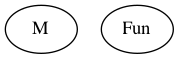
YifanZhou2574765/bigraph keeps this Graphviz diagram as Bigraph.gv.png. Above is the earlier version. Its source is kept beside it as bigraph.gv.
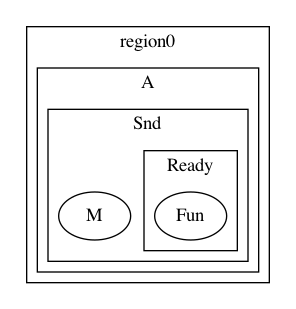
Later version of the same file.

The edit, as a diff of the source:
```diff
@@ -1,16 +1,19 @@
 graph Bigraph {
-	M
-	Fun
 	subgraph cluster {
-		label=Ready
-	}
-	subgraph cluster {
-		label=Snd
-	}
-	subgraph cluster {
-		label=A
-	}
-	subgraph cluster {
-		label=region0
+		color=white
+		subgraph cluster {
+			color=black label=region0
+			subgraph cluster {
+				color=black label=A
+				subgraph cluster {
+					color=black label=Snd
+					M
+					subgraph cluster {
+						color=black label=Ready
+						Fun
+					}
+				}
+			}
+		}
 	}
 }
```
